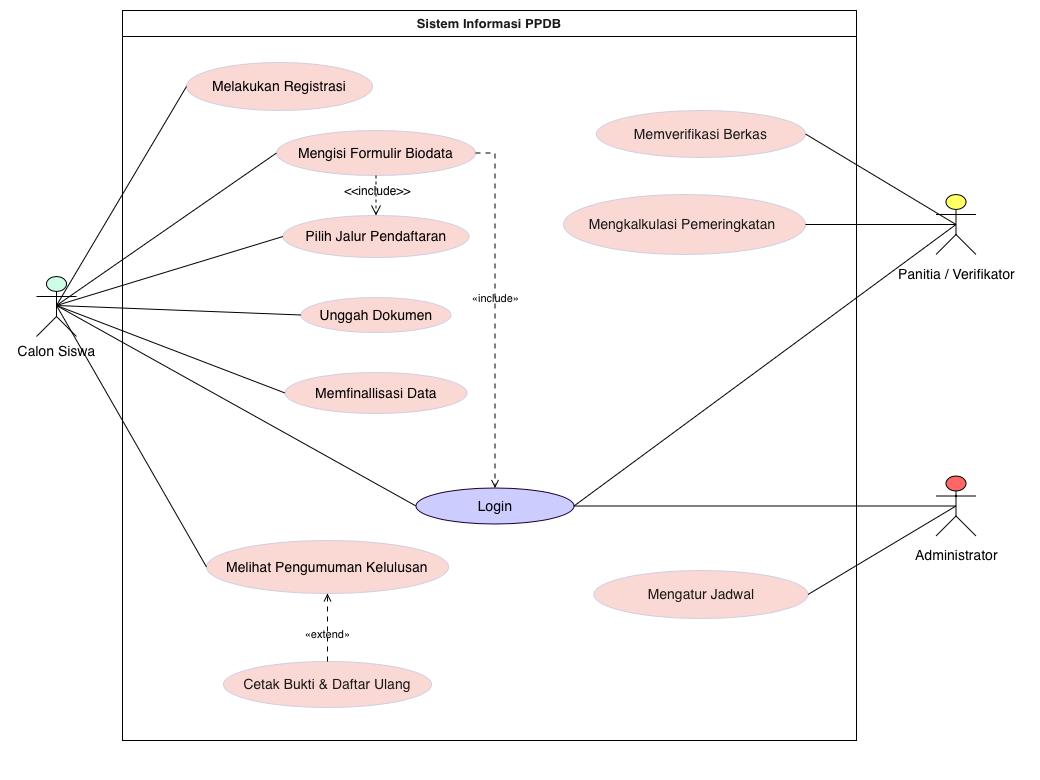
This is Use Case PPDB.drawio.png from Natarchh/Sistem-Informasi-Pendaftaran-Sekolah, a draw.io export, as it was before one commit. Source tidied: cells renumbered, new cells last; positions are measured from the earlier drawing's top-left corner, leaving out a move shared by most shapes. Its diagram source:
```xml
<mxGraphModel background="light-dark(#ffffff, #121212)">
  <root>
    <mxCell id="0" />
    <mxCell id="1" parent="0" />
    <mxCell id="2" style="group;transparentBounds=1;editIcon=1;lockedGroup=0;groupPadding=10 10 40 10;rounded=0;labelBackgroundColor=none;fontColor=#1A1A1A;" parent="1" vertex="1">
      <mxGeometry as="geometry" />
    </mxCell>
    <mxCell id="3" value="Sistem Informasi PPDB" style="swimlane;startSize=26;fillColor=none;strokeColor=#000000;fontColor=#1A1A1A;fontSize=13;fontStyle=1;whiteSpace=wrap;rounded=0;labelBackgroundColor=none;" parent="2" vertex="1">
      <mxGeometry x="196" y="420" width="734" height="730" as="geometry" />
    </mxCell>
    <mxCell id="4" value="&lt;span style=&quot;color: light-dark(rgb(0, 0, 0), rgb(0, 0, 0));&quot;&gt;Melakukan Registrasi&lt;/span&gt;" style="ellipse;html=1;fillColor=#FAD9D5;strokeColor=#D0CEE2;whiteSpace=wrap;fontColor=#1A1A1A;fontSize=14;rounded=0;labelBackgroundColor=none;" parent="3" vertex="1">
      <mxGeometry x="64" y="52" width="186" height="48" as="geometry" />
    </mxCell>
    <mxCell id="5" value="&lt;span style=&quot;color: light-dark(rgb(0, 0, 0), rgb(0, 0, 0));&quot;&gt;Mengisi Formulir Biodata&lt;/span&gt;" style="ellipse;html=1;fillColor=#FAD9D5;strokeColor=#D0CEE2;whiteSpace=wrap;fontColor=#1A1A1A;fontSize=14;rounded=0;labelBackgroundColor=none;" parent="3" vertex="1">
      <mxGeometry x="154" y="120" width="199" height="45" as="geometry" />
    </mxCell>
    <mxCell id="6" value="&lt;span style=&quot;color: light-dark(rgb(0, 0, 0), rgb(0, 0, 0));&quot;&gt;Pilih Jalur Pendaftaran&lt;/span&gt;" style="ellipse;html=1;fillColor=#FAD9D5;strokeColor=#D0CEE2;whiteSpace=wrap;fontColor=#1A1A1A;fontSize=14;rounded=0;labelBackgroundColor=none;" parent="3" vertex="1">
      <mxGeometry x="160.5" y="205" width="186" height="42" as="geometry" />
    </mxCell>
    <mxCell id="7" value="&lt;span style=&quot;color: light-dark(rgb(0, 0, 0), rgb(0, 0, 0));&quot;&gt;Unggah Dokumen&lt;/span&gt;" style="ellipse;html=1;fillColor=#FAD9D5;strokeColor=#D0CEE2;whiteSpace=wrap;fontColor=#1A1A1A;fontSize=14;rounded=0;labelBackgroundColor=none;" parent="3" vertex="1">
      <mxGeometry x="178.5" y="287" width="150" height="35" as="geometry" />
    </mxCell>
    <mxCell id="8" value="&lt;span style=&quot;color: light-dark(rgb(0, 0, 0), rgb(0, 0, 0));&quot;&gt;Memfinallisasi Data&lt;/span&gt;" style="ellipse;html=1;fillColor=#FAD9D5;strokeColor=#D0CEE2;whiteSpace=wrap;fontColor=#1A1A1A;fontSize=14;rounded=0;labelBackgroundColor=none;" parent="3" vertex="1">
      <mxGeometry x="162.5" y="362" width="182" height="41" as="geometry" />
    </mxCell>
    <mxCell id="9" value="&lt;span style=&quot;color: light-dark(rgb(0, 0, 0), rgb(0, 0, 0));&quot;&gt;Melihat Pengumuman Kelulusan&lt;/span&gt;" style="ellipse;html=1;fillColor=#FAD9D5;strokeColor=#D0CEE2;whiteSpace=wrap;fontColor=#1A1A1A;fontSize=14;rounded=0;labelBackgroundColor=none;" parent="3" vertex="1">
      <mxGeometry x="84" y="530" width="242" height="53" as="geometry" />
    </mxCell>
    <mxCell id="10" value="&lt;span style=&quot;color: light-dark(rgb(0, 0, 0), rgb(0, 0, 0));&quot;&gt;Login&lt;/span&gt;" style="ellipse;html=1;fillColor=light-dark(#CCCCFF,#99FFFF);strokeColor=light-dark(#190033,#006666);whiteSpace=wrap;fontColor=#1A1A1A;fontSize=14;rounded=0;labelBackgroundColor=none;" parent="3" vertex="1">
      <mxGeometry x="293.5" y="477.5" width="158" height="36" as="geometry" />
    </mxCell>
    <mxCell id="11" value="Memverifikasi Berkas" style="ellipse;html=1;fillColor=#FAD9D5;strokeColor=#D0CEE2;whiteSpace=wrap;fontColor=#1A1A1A;fontSize=14;rounded=0;labelBackgroundColor=none;" parent="3" vertex="1">
      <mxGeometry x="474" y="100" width="209" height="47" as="geometry" />
    </mxCell>
    <mxCell id="12" value="Mengkalkulasi Pemeringkatan&amp;nbsp;" style="ellipse;html=1;fillColor=#FAD9D5;strokeColor=#D0CEE2;whiteSpace=wrap;fontColor=#1A1A1A;fontSize=14;rounded=0;labelBackgroundColor=none;" parent="3" vertex="1">
      <mxGeometry x="441" y="184" width="242" height="60" as="geometry" />
    </mxCell>
    <mxCell id="13" value="Mengatur Jadwal" style="ellipse;html=1;fillColor=#FAD9D5;strokeColor=#D0CEE2;whiteSpace=wrap;fontColor=#1A1A1A;fontSize=14;rounded=0;labelBackgroundColor=none;" parent="3" vertex="1">
      <mxGeometry x="471.5" y="560" width="214" height="48" as="geometry" />
    </mxCell>
    <mxCell id="14" value="Cetak Bukti &amp;amp; Daftar Ulang" style="ellipse;html=1;fillColor=#FAD9D5;strokeColor=#D0CEE2;whiteSpace=wrap;fontColor=#1A1A1A;fontSize=14;rounded=0;labelBackgroundColor=none;" parent="3" vertex="1">
      <mxGeometry x="101" y="651" width="208" height="46" as="geometry" />
    </mxCell>
    <mxCell id="15" value="&lt;span style=&quot;color: light-dark(rgb(0, 0, 0), rgb(0, 0, 0));&quot;&gt;«include»&lt;/span&gt;" style="endArrow=open;dashed=1;dashPattern=5 5;strokeColor=#000000;fontColor=default;fontSize=11;edgeStyle=none;rounded=0;html=1;curved=0;endSize=6;sourcePerimeterSpacing=0;targetPerimeterSpacing=0;exitX=1;exitY=0.5;exitDx=0;exitDy=0;labelBackgroundColor=none;" parent="3" edge="1" source="5" target="10">
      <mxGeometry x="-0.07" relative="1" as="geometry">
        <Array as="points">
          <mxPoint x="372.5" y="142.5" />
        </Array>
      </mxGeometry>
    </mxCell>
    <mxCell id="16" value="&lt;span style=&quot;color: light-dark(rgb(0, 0, 0), rgb(0, 0, 0));&quot;&gt;«extend»&lt;/span&gt;" style="endArrow=open;dashed=1;dashPattern=5 5;strokeColor=#000000;fontColor=default;fontSize=11;edgeStyle=none;rounded=0;html=1;curved=0;endSize=6;sourcePerimeterSpacing=0;targetPerimeterSpacing=0;entryX=0.5;entryY=1;entryDx=0;entryDy=0;labelBackgroundColor=none;" parent="3" edge="1" source="14" target="9">
      <mxGeometry x="-0.2" relative="1" as="geometry" />
    </mxCell>
    <mxCell id="17" value="&lt;span style=&quot;color: light-dark(rgb(0, 0, 0), rgb(0, 0, 0));&quot;&gt;&amp;lt;&amp;lt;include&amp;gt;&amp;gt;&lt;/span&gt;" style="html=1;verticalAlign=bottom;labelBackgroundColor=none;endArrow=open;endFill=0;dashed=1;rounded=0;fontSize=12;startSize=8;endSize=8;curved=1;strokeColor=#000000;fontColor=default;" parent="3" edge="1" source="5" target="6">
      <mxGeometry x="0.25" y="1" relative="1" as="geometry" />
    </mxCell>
    <mxCell id="18" style="shape=umlActor;html=1;fillColor=#CCFFE6;strokeColor=#000000;fontColor=#1A1A1A;fontSize=14;rounded=0;labelBackgroundColor=none;" parent="2" vertex="1">
      <mxGeometry x="110" y="686" width="40" height="60" as="geometry" />
    </mxCell>
    <mxCell id="19" value="&lt;span style=&quot;color: light-dark(rgb(0, 0, 0), rgb(0, 0, 0));&quot;&gt;Calon Siswa&lt;/span&gt;" style="text;html=1;align=center;verticalAlign=top;fontColor=#1A1A1A;fontSize=14;rounded=0;labelBackgroundColor=none;" parent="2" vertex="1">
      <mxGeometry x="84" y="746" width="92" height="17" as="geometry" />
    </mxCell>
    <mxCell id="20" style="shape=umlActor;html=1;fillColor=#FFFF66;strokeColor=#000000;fontColor=#1A1A1A;fontSize=14;rounded=0;labelBackgroundColor=none;" parent="2" vertex="1">
      <mxGeometry x="1009.5" y="604" width="40" height="60" as="geometry" />
    </mxCell>
    <mxCell id="21" value="&lt;span style=&quot;color: light-dark(rgb(0, 0, 0), rgb(0, 0, 0));&quot;&gt;Panitia / Verifikator&lt;/span&gt;" style="text;html=1;align=center;verticalAlign=top;fontColor=#1A1A1A;fontSize=14;rounded=0;labelBackgroundColor=none;" parent="2" vertex="1">
      <mxGeometry x="955.5" y="669" width="148" height="17" as="geometry" />
    </mxCell>
    <mxCell id="22" style="shape=umlActor;html=1;fillColor=#FF6666;strokeColor=#000000;fontColor=#1A1A1A;fontSize=14;rounded=0;labelBackgroundColor=none;" parent="2" vertex="1">
      <mxGeometry x="1009.5" y="885.5" width="40" height="60" as="geometry" />
    </mxCell>
    <mxCell id="23" style="endArrow=none;strokeColor=#000000;fontColor=default;fontSize=11;edgeStyle=none;rounded=0;html=1;curved=0;endSize=6;sourcePerimeterSpacing=0;targetPerimeterSpacing=0;exitX=0.5;exitY=0.5;exitDx=0;exitDy=0;exitPerimeter=0;entryX=0;entryY=0.5;entryDx=0;entryDy=0;labelBackgroundColor=none;" parent="2" edge="1" target="4">
      <mxGeometry relative="1" as="geometry">
        <mxPoint x="130" y="715" as="sourcePoint" />
      </mxGeometry>
    </mxCell>
    <mxCell id="24" style="endArrow=none;strokeColor=#000000;fontColor=default;fontSize=11;edgeStyle=none;rounded=0;html=1;exitX=0.5;exitY=0.5;exitPerimeter=0;curved=0;endSize=6;sourcePerimeterSpacing=0;targetPerimeterSpacing=0;exitDx=0;exitDy=0;entryX=0;entryY=0.5;entryDx=0;entryDy=0;labelBackgroundColor=none;" parent="2" edge="1" target="10">
      <mxGeometry relative="1" as="geometry">
        <mxPoint x="130" y="715" as="sourcePoint" />
      </mxGeometry>
    </mxCell>
    <mxCell id="25" style="endArrow=none;strokeColor=#000000;fontColor=default;fontSize=11;edgeStyle=none;rounded=0;html=1;curved=0;endSize=6;sourcePerimeterSpacing=0;targetPerimeterSpacing=0;exitX=0.5;exitY=0.5;exitDx=0;exitDy=0;exitPerimeter=0;entryX=0;entryY=0.5;entryDx=0;entryDy=0;labelBackgroundColor=none;" parent="2" edge="1" target="5">
      <mxGeometry relative="1" as="geometry">
        <mxPoint x="130" y="715" as="sourcePoint" />
      </mxGeometry>
    </mxCell>
    <mxCell id="26" style="endArrow=none;strokeColor=#000000;fontColor=default;fontSize=11;edgeStyle=none;rounded=0;html=1;curved=0;endSize=6;sourcePerimeterSpacing=0;targetPerimeterSpacing=0;exitX=0.5;exitY=0.5;exitDx=0;exitDy=0;exitPerimeter=0;entryX=0;entryY=0.5;entryDx=0;entryDy=0;labelBackgroundColor=none;" parent="2" edge="1" target="6">
      <mxGeometry relative="1" as="geometry">
        <mxPoint x="130" y="715" as="sourcePoint" />
      </mxGeometry>
    </mxCell>
    <mxCell id="27" style="endArrow=none;strokeColor=#000000;fontColor=default;fontSize=11;edgeStyle=none;rounded=0;html=1;curved=0;endSize=6;sourcePerimeterSpacing=0;targetPerimeterSpacing=0;exitX=0.5;exitY=0.5;exitDx=0;exitDy=0;exitPerimeter=0;entryX=0;entryY=0.5;entryDx=0;entryDy=0;labelBackgroundColor=none;" parent="2" edge="1" target="7">
      <mxGeometry relative="1" as="geometry">
        <mxPoint x="130" y="715" as="sourcePoint" />
      </mxGeometry>
    </mxCell>
    <mxCell id="28" style="endArrow=none;strokeColor=#000000;fontColor=default;fontSize=11;edgeStyle=none;rounded=0;html=1;curved=0;endSize=6;sourcePerimeterSpacing=0;targetPerimeterSpacing=0;exitX=0.5;exitY=0.5;exitDx=0;exitDy=0;exitPerimeter=0;entryX=0;entryY=0.5;entryDx=0;entryDy=0;labelBackgroundColor=none;" parent="2" edge="1" target="8">
      <mxGeometry relative="1" as="geometry">
        <mxPoint x="130" y="715" as="sourcePoint" />
      </mxGeometry>
    </mxCell>
    <mxCell id="29" style="endArrow=none;strokeColor=#000000;fontColor=default;fontSize=11;edgeStyle=none;rounded=0;html=1;exitX=0.5;exitY=0.5;exitPerimeter=0;curved=0;endSize=6;sourcePerimeterSpacing=0;targetPerimeterSpacing=0;exitDx=0;exitDy=0;entryX=0;entryY=0.5;entryDx=0;entryDy=0;labelBackgroundColor=none;" parent="2" edge="1" target="9">
      <mxGeometry relative="1" as="geometry">
        <mxPoint x="130" y="715" as="sourcePoint" />
      </mxGeometry>
    </mxCell>
    <mxCell id="30" style="endArrow=none;strokeColor=#000000;fontColor=default;fontSize=11;edgeStyle=none;rounded=0;html=1;curved=0;endSize=6;sourcePerimeterSpacing=0;targetPerimeterSpacing=0;exitX=0.5;exitY=0.5;exitDx=0;exitDy=0;exitPerimeter=0;entryX=1;entryY=0.5;entryDx=0;entryDy=0;labelBackgroundColor=none;" parent="2" edge="1" source="20" target="10">
      <mxGeometry relative="1" as="geometry" />
    </mxCell>
    <mxCell id="31" style="endArrow=none;strokeColor=#000000;fontColor=default;fontSize=11;edgeStyle=none;rounded=0;html=1;curved=0;endSize=6;sourcePerimeterSpacing=0;targetPerimeterSpacing=0;exitX=0.5;exitY=0.5;exitDx=0;exitDy=0;exitPerimeter=0;entryX=1;entryY=0.5;entryDx=0;entryDy=0;labelBackgroundColor=none;" parent="2" edge="1" source="20" target="11">
      <mxGeometry relative="1" as="geometry" />
    </mxCell>
    <mxCell id="32" style="endArrow=none;strokeColor=#000000;fontColor=default;fontSize=11;edgeStyle=none;rounded=0;html=1;exitX=0.5;exitY=0.5;exitPerimeter=0;curved=0;endSize=6;sourcePerimeterSpacing=0;targetPerimeterSpacing=0;exitDx=0;exitDy=0;entryX=1;entryY=0.5;entryDx=0;entryDy=0;labelBackgroundColor=none;" parent="2" edge="1" source="20" target="12">
      <mxGeometry relative="1" as="geometry" />
    </mxCell>
    <mxCell id="33" style="endArrow=none;strokeColor=#000000;fontColor=default;fontSize=11;edgeStyle=none;rounded=0;html=1;curved=0;endSize=6;sourcePerimeterSpacing=0;targetPerimeterSpacing=0;exitX=0.5;exitY=0.5;exitDx=0;exitDy=0;exitPerimeter=0;labelBackgroundColor=none;" parent="2" edge="1" source="22" target="10">
      <mxGeometry relative="1" as="geometry" />
    </mxCell>
    <mxCell id="34" style="endArrow=none;strokeColor=#000000;fontColor=default;fontSize=11;edgeStyle=none;rounded=0;html=1;exitX=0.5;exitY=0.5;exitPerimeter=0;curved=0;endSize=6;sourcePerimeterSpacing=0;targetPerimeterSpacing=0;exitDx=0;exitDy=0;entryX=1;entryY=0.5;entryDx=0;entryDy=0;labelBackgroundColor=none;" parent="2" edge="1" source="22" target="13">
      <mxGeometry relative="1" as="geometry" />
    </mxCell>
    <mxCell id="35" value="&lt;span style=&quot;color: light-dark(rgb(0, 0, 0), rgb(0, 0, 0));&quot;&gt;Administrator&lt;/span&gt;" style="text;html=1;align=center;verticalAlign=top;fontColor=#1A1A1A;fontSize=14;rounded=0;labelBackgroundColor=none;" parent="2" vertex="1">
      <mxGeometry x="980" y="950" width="99" height="17" as="geometry" />
    </mxCell>
  </root>
</mxGraphModel>
```
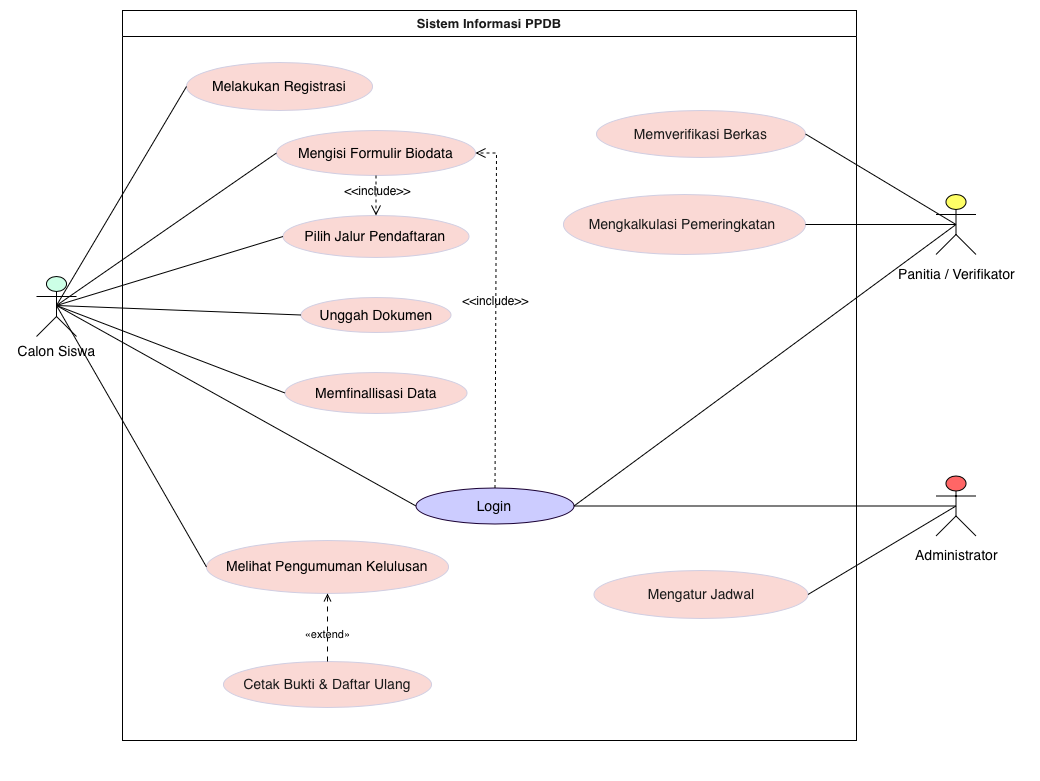
After the change.

The edit, as a diff of the source:
```diff
@@ -41,19 +41,19 @@
     <mxCell id="14" value="Cetak Bukti &amp;amp; Daftar Ulang" style="ellipse;html=1;fillColor=#FAD9D5;strokeColor=#D0CEE2;whiteSpace=wrap;fontColor=#1A1A1A;fontSize=14;rounded=0;labelBackgroundColor=none;" parent="3" vertex="1">
       <mxGeometry x="101" y="651" width="208" height="46" as="geometry" />
     </mxCell>
-    <mxCell id="15" value="&lt;span style=&quot;color: light-dark(rgb(0, 0, 0), rgb(0, 0, 0));&quot;&gt;«include»&lt;/span&gt;" style="endArrow=open;dashed=1;dashPattern=5 5;strokeColor=#000000;fontColor=default;fontSize=11;edgeStyle=none;rounded=0;html=1;curved=0;endSize=6;sourcePerimeterSpacing=0;targetPerimeterSpacing=0;exitX=1;exitY=0.5;exitDx=0;exitDy=0;labelBackgroundColor=none;" parent="3" edge="1" source="5" target="10">
-      <mxGeometry x="-0.07" relative="1" as="geometry">
-        <Array as="points">
-          <mxPoint x="372.5" y="142.5" />
-        </Array>
-      </mxGeometry>
-    </mxCell>
     <mxCell id="16" value="&lt;span style=&quot;color: light-dark(rgb(0, 0, 0), rgb(0, 0, 0));&quot;&gt;«extend»&lt;/span&gt;" style="endArrow=open;dashed=1;dashPattern=5 5;strokeColor=#000000;fontColor=default;fontSize=11;edgeStyle=none;rounded=0;html=1;curved=0;endSize=6;sourcePerimeterSpacing=0;targetPerimeterSpacing=0;entryX=0.5;entryY=1;entryDx=0;entryDy=0;labelBackgroundColor=none;" parent="3" edge="1" source="14" target="9">
       <mxGeometry x="-0.2" relative="1" as="geometry" />
     </mxCell>
     <mxCell id="17" value="&lt;span style=&quot;color: light-dark(rgb(0, 0, 0), rgb(0, 0, 0));&quot;&gt;&amp;lt;&amp;lt;include&amp;gt;&amp;gt;&lt;/span&gt;" style="html=1;verticalAlign=bottom;labelBackgroundColor=none;endArrow=open;endFill=0;dashed=1;rounded=0;fontSize=12;startSize=8;endSize=8;curved=1;strokeColor=#000000;fontColor=default;" parent="3" edge="1" source="5" target="6">
       <mxGeometry x="0.25" y="1" relative="1" as="geometry" />
     </mxCell>
+    <mxCell id="36" value="&amp;lt;&amp;lt;include&amp;gt;&amp;gt;" style="html=1;verticalAlign=bottom;labelBackgroundColor=none;endArrow=open;endFill=0;dashed=1;rounded=0;fontSize=12;startSize=8;endSize=8;curved=0;entryX=1;entryY=0.5;entryDx=0;entryDy=0;exitX=0.5;exitY=0;exitDx=0;exitDy=0;" parent="3" edge="1" source="10" target="5">
+      <mxGeometry relative="1" as="geometry">
+        <Array as="points">
+          <mxPoint x="374" y="142.5" />
+        </Array>
+      </mxGeometry>
+    </mxCell>
     <mxCell id="18" style="shape=umlActor;html=1;fillColor=#CCFFE6;strokeColor=#000000;fontColor=#1A1A1A;fontSize=14;rounded=0;labelBackgroundColor=none;" parent="2" vertex="1">
       <mxGeometry x="110" y="686" width="40" height="60" as="geometry" />
     </mxCell>
```
